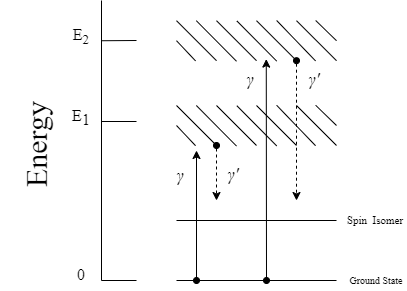
TRAVISZHAN/images keeps this draw.io diagram as draw/1.30.drawio.png. Above is the earlier version. Source tidied: cells renumbered, new cells last; positions are measured from the earlier drawing's top-left corner, leaving out a move shared by most shapes. Source of this version:
```xml
<mxGraphModel>
  <root>
    <mxCell id="0" />
    <mxCell id="1" parent="0" />
    <mxCell id="2" style="rounded=0;orthogonalLoop=1;jettySize=auto;html=1;exitX=0.183;exitY=0.48;exitDx=0;exitDy=0;exitPerimeter=0;endArrow=none;endFill=0;strokeWidth=1;" parent="1" edge="1">
      <mxGeometry relative="1" as="geometry">
        <mxPoint x="155.2" y="40.2" as="sourcePoint" />
        <mxPoint x="190" y="40" as="targetPoint" />
      </mxGeometry>
    </mxCell>
    <mxCell id="3" style="line;strokeWidth=1;direction=south;html=1;" parent="1" vertex="1">
      <mxGeometry x="150" width="10" height="280" as="geometry" />
    </mxCell>
    <mxCell id="4" style="rounded=0;orthogonalLoop=1;jettySize=auto;html=1;exitX=0.183;exitY=0.48;exitDx=0;exitDy=0;exitPerimeter=0;endArrow=none;endFill=0;strokeWidth=1;" parent="1" edge="1">
      <mxGeometry relative="1" as="geometry">
        <mxPoint x="155" y="121" as="sourcePoint" />
        <mxPoint x="190" y="121" as="targetPoint" />
      </mxGeometry>
    </mxCell>
    <mxCell id="5" style="rounded=0;orthogonalLoop=1;jettySize=auto;html=1;exitX=0.183;exitY=0.48;exitDx=0;exitDy=0;exitPerimeter=0;endArrow=none;endFill=0;strokeWidth=1;" parent="1" edge="1">
      <mxGeometry relative="1" as="geometry">
        <mxPoint x="155" y="280" as="sourcePoint" />
        <mxPoint x="190" y="280" as="targetPoint" />
      </mxGeometry>
    </mxCell>
    <mxCell id="6" value="Energy" style="text;strokeColor=none;align=center;fillColor=none;html=1;verticalAlign=middle;whiteSpace=wrap;rounded=0;rotation=-90;fontSize=30;fontStyle=0;fontFamily=Times New Roman;" parent="1" vertex="1">
      <mxGeometry x="-0.5" y="108.5" width="180" height="72" as="geometry" />
    </mxCell>
    <mxCell id="7" style="edgeStyle=orthogonalEdgeStyle;rounded=0;jettySize=auto;html=1;exitX=0.25;exitY=1;exitDx=0;exitDy=0;startArrow=oval;startFill=1;dashed=1;" parent="1" edge="1" source="8">
      <mxGeometry relative="1" as="geometry">
        <mxPoint x="270" y="200" as="targetPoint" />
      </mxGeometry>
    </mxCell>
    <mxCell id="8" style="rounded=0;whiteSpace=wrap;html=1;labelBorderColor=#FFFFFF;strokeColor=none;fillColor=none;" parent="1" vertex="1">
      <mxGeometry x="230" y="105" width="160" height="40" as="geometry" />
    </mxCell>
    <mxCell id="9" style="endArrow=none;html=1;rounded=0;entryX=0;entryY=0;entryDx=0;entryDy=0;exitX=0.25;exitY=1;exitDx=0;exitDy=0;" parent="1" edge="1" source="8" target="8">
      <mxGeometry relative="1" as="geometry" />
    </mxCell>
    <mxCell id="10" style="endArrow=none;html=1;rounded=0;entryX=0;entryY=0.5;entryDx=0;entryDy=0;exitX=0.119;exitY=1.005;exitDx=0;exitDy=0;exitPerimeter=0;" parent="1" edge="1" source="8" target="8">
      <mxGeometry relative="1" as="geometry" />
    </mxCell>
    <mxCell id="11" style="endArrow=none;html=1;rounded=0;entryX=0.124;entryY=0;entryDx=0;entryDy=0;exitX=0.375;exitY=1.014;exitDx=0;exitDy=0;entryPerimeter=0;exitPerimeter=0;" parent="1" edge="1" source="8" target="8">
      <mxGeometry relative="1" as="geometry" />
    </mxCell>
    <mxCell id="12" style="endArrow=none;html=1;rounded=0;exitX=0.5;exitY=1;exitDx=0;exitDy=0;entryX=0.25;entryY=0;entryDx=0;entryDy=0;" parent="1" edge="1" source="8" target="8">
      <mxGeometry relative="1" as="geometry" />
    </mxCell>
    <mxCell id="13" style="endArrow=none;html=1;rounded=0;entryX=0.377;entryY=0.005;entryDx=0;entryDy=0;exitX=0.626;exitY=1.009;exitDx=0;exitDy=0;exitPerimeter=0;entryPerimeter=0;" parent="1" edge="1" source="8" target="8">
      <mxGeometry relative="1" as="geometry" />
    </mxCell>
    <mxCell id="14" style="endArrow=none;html=1;rounded=0;entryX=0.5;entryY=0;entryDx=0;entryDy=0;exitX=0.75;exitY=1;exitDx=0;exitDy=0;" parent="1" edge="1" source="8" target="8">
      <mxGeometry relative="1" as="geometry" />
    </mxCell>
    <mxCell id="15" style="endArrow=none;html=1;rounded=0;entryX=0.626;entryY=-0.005;entryDx=0;entryDy=0;entryPerimeter=0;exitX=0.869;exitY=1.005;exitDx=0;exitDy=0;exitPerimeter=0;" parent="1" edge="1" source="8" target="8">
      <mxGeometry relative="1" as="geometry" />
    </mxCell>
    <mxCell id="16" style="endArrow=none;html=1;rounded=0;entryX=0.75;entryY=0;entryDx=0;entryDy=0;exitX=1;exitY=1;exitDx=0;exitDy=0;" parent="1" edge="1" source="8" target="8">
      <mxGeometry relative="1" as="geometry" />
    </mxCell>
    <mxCell id="17" style="endArrow=none;html=1;rounded=0;entryX=0.87;entryY=-0.005;entryDx=0;entryDy=0;entryPerimeter=0;exitX=1;exitY=0.5;exitDx=0;exitDy=0;" parent="1" edge="1" source="8" target="8">
      <mxGeometry relative="1" as="geometry" />
    </mxCell>
    <mxCell id="18" style="edgeStyle=orthogonalEdgeStyle;rounded=0;jettySize=auto;html=1;exitX=0.75;exitY=1;exitDx=0;exitDy=0;startArrow=oval;startFill=1;dashed=1;" parent="1" edge="1" source="19">
      <mxGeometry relative="1" as="geometry">
        <mxPoint x="350" y="200" as="targetPoint" />
      </mxGeometry>
    </mxCell>
    <mxCell id="19" style="rounded=0;whiteSpace=wrap;html=1;labelBorderColor=#FFFFFF;strokeColor=none;fillColor=none;" parent="1" vertex="1">
      <mxGeometry x="230" y="20.2" width="160" height="40" as="geometry" />
    </mxCell>
    <mxCell id="20" style="endArrow=none;html=1;rounded=0;entryX=0;entryY=0;entryDx=0;entryDy=0;exitX=0.25;exitY=1;exitDx=0;exitDy=0;" parent="1" edge="1" source="19" target="19">
      <mxGeometry relative="1" as="geometry" />
    </mxCell>
    <mxCell id="21" style="endArrow=none;html=1;rounded=0;entryX=0;entryY=0.5;entryDx=0;entryDy=0;exitX=0.119;exitY=1.005;exitDx=0;exitDy=0;exitPerimeter=0;" parent="1" edge="1" source="19" target="19">
      <mxGeometry relative="1" as="geometry" />
    </mxCell>
    <mxCell id="22" style="endArrow=none;html=1;rounded=0;entryX=0.124;entryY=0;entryDx=0;entryDy=0;exitX=0.375;exitY=1.014;exitDx=0;exitDy=0;entryPerimeter=0;exitPerimeter=0;" parent="1" edge="1" source="19" target="19">
      <mxGeometry relative="1" as="geometry" />
    </mxCell>
    <mxCell id="23" style="endArrow=none;html=1;rounded=0;exitX=0.5;exitY=1;exitDx=0;exitDy=0;entryX=0.25;entryY=0;entryDx=0;entryDy=0;" parent="1" edge="1" source="19" target="19">
      <mxGeometry relative="1" as="geometry" />
    </mxCell>
    <mxCell id="24" style="endArrow=none;html=1;rounded=0;entryX=0.377;entryY=0.005;entryDx=0;entryDy=0;exitX=0.626;exitY=1.009;exitDx=0;exitDy=0;exitPerimeter=0;entryPerimeter=0;" parent="1" edge="1" source="19" target="19">
      <mxGeometry relative="1" as="geometry" />
    </mxCell>
    <mxCell id="25" style="endArrow=none;html=1;rounded=0;entryX=0.5;entryY=0;entryDx=0;entryDy=0;exitX=0.75;exitY=1;exitDx=0;exitDy=0;" parent="1" edge="1" source="19" target="19">
      <mxGeometry relative="1" as="geometry" />
    </mxCell>
    <mxCell id="26" style="endArrow=none;html=1;rounded=0;entryX=0.626;entryY=-0.005;entryDx=0;entryDy=0;entryPerimeter=0;exitX=0.869;exitY=1.005;exitDx=0;exitDy=0;exitPerimeter=0;" parent="1" edge="1" source="19" target="19">
      <mxGeometry relative="1" as="geometry" />
    </mxCell>
    <mxCell id="27" style="endArrow=none;html=1;rounded=0;entryX=0.75;entryY=0;entryDx=0;entryDy=0;exitX=1;exitY=1;exitDx=0;exitDy=0;" parent="1" edge="1" source="19" target="19">
      <mxGeometry relative="1" as="geometry" />
    </mxCell>
    <mxCell id="28" style="endArrow=none;html=1;rounded=0;entryX=0.87;entryY=-0.005;entryDx=0;entryDy=0;entryPerimeter=0;exitX=1;exitY=0.5;exitDx=0;exitDy=0;" parent="1" edge="1" source="19" target="19">
      <mxGeometry relative="1" as="geometry" />
    </mxCell>
    <mxCell id="29" value="E&lt;sub style=&quot;font-size: 16px;&quot;&gt;1&lt;/sub&gt;" style="text;html=1;strokeColor=none;fillColor=none;align=center;verticalAlign=middle;whiteSpace=wrap;rounded=0;fontFamily=Times New Roman;fontSize=16;" parent="1" vertex="1">
      <mxGeometry x="120" y="102" width="30" height="29" as="geometry" />
    </mxCell>
    <mxCell id="30" value="E&lt;sub&gt;2&lt;/sub&gt;" style="text;html=1;strokeColor=none;fillColor=none;align=center;verticalAlign=middle;whiteSpace=wrap;rounded=0;fontFamily=Times New Roman;fontSize=16;" parent="1" vertex="1">
      <mxGeometry x="120" y="21.7" width="30" height="29" as="geometry" />
    </mxCell>
    <mxCell id="31" style="endArrow=none;html=1;rounded=0;" parent="1" edge="1">
      <mxGeometry relative="1" as="geometry">
        <mxPoint x="230" y="280" as="sourcePoint" />
        <mxPoint x="390" y="280" as="targetPoint" />
      </mxGeometry>
    </mxCell>
    <mxCell id="32" style="endArrow=none;html=1;rounded=0;" parent="1" edge="1">
      <mxGeometry relative="1" as="geometry">
        <mxPoint x="230" y="220" as="sourcePoint" />
        <mxPoint x="390" y="220" as="targetPoint" />
      </mxGeometry>
    </mxCell>
    <mxCell id="33" style="endArrow=classic;html=1;rounded=0;sourcePerimeterSpacing=0;targetPerimeterSpacing=0;startSize=6;startArrow=oval;startFill=1;" parent="1" edge="1">
      <mxGeometry relative="1" as="geometry">
        <mxPoint x="250" y="280" as="sourcePoint" />
        <mxPoint x="250" y="150" as="targetPoint" />
      </mxGeometry>
    </mxCell>
    <mxCell id="34" style="endArrow=classic;html=1;rounded=0;sourcePerimeterSpacing=0;targetPerimeterSpacing=0;startSize=6;startArrow=oval;startFill=1;entryX=0.561;entryY=0.96;entryDx=0;entryDy=0;entryPerimeter=0;" parent="1" edge="1" target="19">
      <mxGeometry relative="1" as="geometry">
        <mxPoint x="320" y="280" as="sourcePoint" />
      </mxGeometry>
    </mxCell>
    <mxCell id="35" value="Ground State" style="text;html=1;strokeColor=none;fillColor=none;align=center;verticalAlign=middle;whiteSpace=wrap;rounded=0;fontSize=10;fontFamily=Times New Roman;" parent="1" vertex="1">
      <mxGeometry x="400" y="270" width="60" height="20" as="geometry" />
    </mxCell>
    <mxCell id="36" value="0" style="text;html=1;strokeColor=none;fillColor=none;align=center;verticalAlign=middle;whiteSpace=wrap;rounded=0;fontFamily=Times New Roman;fontSize=16;" parent="1" vertex="1">
      <mxGeometry x="120" y="259" width="30" height="29" as="geometry" />
    </mxCell>
    <mxCell id="37" value="Spin&amp;nbsp; Isomer" style="text;html=1;strokeColor=none;fillColor=none;align=center;verticalAlign=middle;whiteSpace=wrap;rounded=0;fontSize=11;fontFamily=Times New Roman;" parent="1" vertex="1">
      <mxGeometry x="398" y="210" width="62" height="20" as="geometry" />
    </mxCell>
    <mxCell id="38" value="&lt;i style=&quot;font-size: 18px;&quot;&gt;γ&lt;/i&gt;" style="text;html=1;strokeColor=none;fillColor=none;align=center;verticalAlign=middle;whiteSpace=wrap;rounded=0;fontFamily=Times New Roman;fontSize=18;" parent="1" vertex="1">
      <mxGeometry x="224" y="161" width="20" height="28" as="geometry" />
    </mxCell>
    <mxCell id="39" value="&lt;i style=&quot;font-size: 18px;&quot;&gt;γ&lt;/i&gt;" style="text;html=1;strokeColor=none;fillColor=none;align=center;verticalAlign=middle;whiteSpace=wrap;rounded=0;fontFamily=Times New Roman;fontSize=18;" parent="1" vertex="1">
      <mxGeometry x="294" y="65.2" width="20" height="28" as="geometry" />
    </mxCell>
    <mxCell id="40" value="&lt;i style=&quot;font-size: 18px;&quot;&gt;γ'&lt;/i&gt;" style="text;html=1;strokeColor=none;fillColor=none;align=center;verticalAlign=middle;whiteSpace=wrap;rounded=0;fontFamily=Times New Roman;fontSize=18;" parent="1" vertex="1">
      <mxGeometry x="277" y="160" width="20" height="28" as="geometry" />
    </mxCell>
    <mxCell id="41" value="&lt;i style=&quot;font-size: 18px;&quot;&gt;γ'&lt;/i&gt;" style="text;html=1;strokeColor=none;fillColor=none;align=center;verticalAlign=middle;whiteSpace=wrap;rounded=0;fontFamily=Times New Roman;fontSize=18;" parent="1" vertex="1">
      <mxGeometry x="358" y="65.2" width="20" height="28" as="geometry" />
    </mxCell>
  </root>
</mxGraphModel>
```
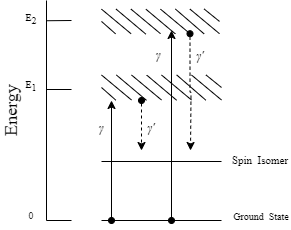
After the change.

What changed in the source:
```diff
@@ -4,35 +4,36 @@
     <mxCell id="1" parent="0" />
     <mxCell id="2" style="rounded=0;orthogonalLoop=1;jettySize=auto;html=1;exitX=0.183;exitY=0.48;exitDx=0;exitDy=0;exitPerimeter=0;endArrow=none;endFill=0;strokeWidth=1;" parent="1" edge="1">
       <mxGeometry relative="1" as="geometry">
-        <mxPoint x="155.2" y="40.2" as="sourcePoint" />
-        <mxPoint x="190" y="40" as="targetPoint" />
+        <mxPoint x="155" y="80.2" as="sourcePoint" />
+        <mxPoint x="180" y="80" as="targetPoint" />
       </mxGeometry>
     </mxCell>
     <mxCell id="3" style="line;strokeWidth=1;direction=south;html=1;" parent="1" vertex="1">
-      <mxGeometry x="150" width="10" height="280" as="geometry" />
+      <mxGeometry x="150" y="60" width="10" height="220" as="geometry" />
     </mxCell>
     <mxCell id="4" style="rounded=0;orthogonalLoop=1;jettySize=auto;html=1;exitX=0.183;exitY=0.48;exitDx=0;exitDy=0;exitPerimeter=0;endArrow=none;endFill=0;strokeWidth=1;" parent="1" edge="1">
       <mxGeometry relative="1" as="geometry">
-        <mxPoint x="155" y="121" as="sourcePoint" />
-        <mxPoint x="190" y="121" as="targetPoint" />
+        <mxPoint x="155" y="149" as="sourcePoint" />
+        <mxPoint x="180" y="149" as="targetPoint" />
       </mxGeometry>
     </mxCell>
     <mxCell id="5" style="rounded=0;orthogonalLoop=1;jettySize=auto;html=1;exitX=0.183;exitY=0.48;exitDx=0;exitDy=0;exitPerimeter=0;endArrow=none;endFill=0;strokeWidth=1;" parent="1" edge="1">
       <mxGeometry relative="1" as="geometry">
         <mxPoint x="155" y="280" as="sourcePoint" />
-        <mxPoint x="190" y="280" as="targetPoint" />
+        <mxPoint x="180" y="280" as="targetPoint" />
       </mxGeometry>
     </mxCell>
-    <mxCell id="6" value="Energy" style="text;strokeColor=none;align=center;fillColor=none;html=1;verticalAlign=middle;whiteSpace=wrap;rounded=0;rotation=-90;fontSize=30;fontStyle=0;fontFamily=Times New Roman;" parent="1" vertex="1">
-      <mxGeometry x="-0.5" y="108.5" width="180" height="72" as="geometry" />
+    <mxCell id="6" value="Energy" style="text;strokeColor=none;align=center;fillColor=none;html=1;verticalAlign=middle;whiteSpace=wrap;rounded=0;rotation=-90;fontSize=18;fontStyle=0;fontFamily=Times New Roman;" parent="1" vertex="1">
+      <mxGeometry x="80" y="159.8" width="80" height="20.5" as="geometry" />
     </mxCell>
-    <mxCell id="7" style="edgeStyle=orthogonalEdgeStyle;rounded=0;jettySize=auto;html=1;exitX=0.25;exitY=1;exitDx=0;exitDy=0;startArrow=oval;startFill=1;dashed=1;" parent="1" edge="1" source="8">
+    <mxCell id="7" style="edgeStyle=orthogonalEdgeStyle;rounded=0;orthogonalLoop=1;jettySize=auto;html=1;startArrow=oval;startFill=1;dashed=1;" parent="1" edge="1">
       <mxGeometry relative="1" as="geometry">
-        <mxPoint x="270" y="200" as="targetPoint" />
+        <mxPoint x="250" y="160" as="sourcePoint" />
+        <mxPoint x="250" y="210" as="targetPoint" />
       </mxGeometry>
     </mxCell>
     <mxCell id="8" style="rounded=0;whiteSpace=wrap;html=1;labelBorderColor=#FFFFFF;strokeColor=none;fillColor=none;" parent="1" vertex="1">
-      <mxGeometry x="230" y="105" width="160" height="40" as="geometry" />
+      <mxGeometry x="210" y="134.5" width="120" height="25" as="geometry" />
     </mxCell>
     <mxCell id="9" style="endArrow=none;html=1;rounded=0;entryX=0;entryY=0;entryDx=0;entryDy=0;exitX=0.25;exitY=1;exitDx=0;exitDy=0;" parent="1" edge="1" source="8" target="8">
       <mxGeometry relative="1" as="geometry" />
@@ -63,11 +64,11 @@
     </mxCell>
     <mxCell id="18" style="edgeStyle=orthogonalEdgeStyle;rounded=0;jettySize=auto;html=1;exitX=0.75;exitY=1;exitDx=0;exitDy=0;startArrow=oval;startFill=1;dashed=1;" parent="1" edge="1" source="19">
       <mxGeometry relative="1" as="geometry">
-        <mxPoint x="350" y="200" as="targetPoint" />
+        <mxPoint x="299" y="210" as="targetPoint" />
       </mxGeometry>
     </mxCell>
     <mxCell id="19" style="rounded=0;whiteSpace=wrap;html=1;labelBorderColor=#FFFFFF;strokeColor=none;fillColor=none;" parent="1" vertex="1">
-      <mxGeometry x="230" y="20.2" width="160" height="40" as="geometry" />
+      <mxGeometry x="210" y="68.6" width="118" height="24.6" as="geometry" />
     </mxCell>
     <mxCell id="20" style="endArrow=none;html=1;rounded=0;entryX=0;entryY=0;entryDx=0;entryDy=0;exitX=0.25;exitY=1;exitDx=0;exitDy=0;" parent="1" edge="1" source="19" target="19">
       <mxGeometry relative="1" as="geometry" />
@@ -96,55 +97,56 @@
     <mxCell id="28" style="endArrow=none;html=1;rounded=0;entryX=0.87;entryY=-0.005;entryDx=0;entryDy=0;entryPerimeter=0;exitX=1;exitY=0.5;exitDx=0;exitDy=0;" parent="1" edge="1" source="19" target="19">
       <mxGeometry relative="1" as="geometry" />
     </mxCell>
-    <mxCell id="29" value="E&lt;sub style=&quot;font-size: 16px;&quot;&gt;1&lt;/sub&gt;" style="text;html=1;strokeColor=none;fillColor=none;align=center;verticalAlign=middle;whiteSpace=wrap;rounded=0;fontFamily=Times New Roman;fontSize=16;" parent="1" vertex="1">
-      <mxGeometry x="120" y="102" width="30" height="29" as="geometry" />
+    <mxCell id="29" value="E&lt;sub style=&quot;font-size: 10px;&quot;&gt;1&lt;/sub&gt;" style="text;html=1;strokeColor=none;fillColor=none;align=center;verticalAlign=middle;whiteSpace=wrap;rounded=0;fontFamily=Times New Roman;fontSize=10;" parent="1" vertex="1">
+      <mxGeometry x="130" y="137" width="20" height="18" as="geometry" />
     </mxCell>
-    <mxCell id="30" value="E&lt;sub&gt;2&lt;/sub&gt;" style="text;html=1;strokeColor=none;fillColor=none;align=center;verticalAlign=middle;whiteSpace=wrap;rounded=0;fontFamily=Times New Roman;fontSize=16;" parent="1" vertex="1">
-      <mxGeometry x="120" y="21.7" width="30" height="29" as="geometry" />
+    <mxCell id="30" value="E&lt;sub style=&quot;font-size: 10px;&quot;&gt;2&lt;/sub&gt;" style="text;html=1;strokeColor=none;fillColor=none;align=center;verticalAlign=middle;whiteSpace=wrap;rounded=0;fontFamily=Times New Roman;fontSize=10;" parent="1" vertex="1">
+      <mxGeometry x="130" y="68.9" width="20" height="20.7" as="geometry" />
     </mxCell>
     <mxCell id="31" style="endArrow=none;html=1;rounded=0;" parent="1" edge="1">
       <mxGeometry relative="1" as="geometry">
-        <mxPoint x="230" y="280" as="sourcePoint" />
-        <mxPoint x="390" y="280" as="targetPoint" />
+        <mxPoint x="210" y="280" as="sourcePoint" />
+        <mxPoint x="330" y="280" as="targetPoint" />
       </mxGeometry>
     </mxCell>
     <mxCell id="32" style="endArrow=none;html=1;rounded=0;" parent="1" edge="1">
       <mxGeometry relative="1" as="geometry">
-        <mxPoint x="230" y="220" as="sourcePoint" />
-        <mxPoint x="390" y="220" as="targetPoint" />
+        <mxPoint x="210" y="221" as="sourcePoint" />
+        <mxPoint x="330" y="221" as="targetPoint" />
       </mxGeometry>
     </mxCell>
     <mxCell id="33" style="endArrow=classic;html=1;rounded=0;sourcePerimeterSpacing=0;targetPerimeterSpacing=0;startSize=6;startArrow=oval;startFill=1;" parent="1" edge="1">
       <mxGeometry relative="1" as="geometry">
-        <mxPoint x="250" y="280" as="sourcePoint" />
-        <mxPoint x="250" y="150" as="targetPoint" />
+        <mxPoint x="220" y="280" as="sourcePoint" />
+        <mxPoint x="220" y="160" as="targetPoint" />
       </mxGeometry>
     </mxCell>
-    <mxCell id="34" style="endArrow=classic;html=1;rounded=0;sourcePerimeterSpacing=0;targetPerimeterSpacing=0;startSize=6;startArrow=oval;startFill=1;entryX=0.561;entryY=0.96;entryDx=0;entryDy=0;entryPerimeter=0;" parent="1" edge="1" target="19">
+    <mxCell id="34" style="endArrow=classic;html=1;rounded=0;sourcePerimeterSpacing=0;targetPerimeterSpacing=0;startSize=6;startArrow=oval;startFill=1;" parent="1" edge="1">
       <mxGeometry relative="1" as="geometry">
-        <mxPoint x="320" y="280" as="sourcePoint" />
+        <mxPoint x="280" y="280" as="sourcePoint" />
+        <mxPoint x="280" y="90" as="targetPoint" />
       </mxGeometry>
     </mxCell>
-    <mxCell id="35" value="Ground State" style="text;html=1;strokeColor=none;fillColor=none;align=center;verticalAlign=middle;whiteSpace=wrap;rounded=0;fontSize=10;fontFamily=Times New Roman;" parent="1" vertex="1">
-      <mxGeometry x="400" y="270" width="60" height="20" as="geometry" />
+    <mxCell id="35" value="Ground&amp;nbsp; State" style="text;html=1;strokeColor=none;fillColor=none;align=center;verticalAlign=middle;whiteSpace=wrap;rounded=0;fontSize=10;fontFamily=Times New Roman;" parent="1" vertex="1">
+      <mxGeometry x="340" y="266" width="60" height="20" as="geometry" />
     </mxCell>
-    <mxCell id="36" value="0" style="text;html=1;strokeColor=none;fillColor=none;align=center;verticalAlign=middle;whiteSpace=wrap;rounded=0;fontFamily=Times New Roman;fontSize=16;" parent="1" vertex="1">
-      <mxGeometry x="120" y="259" width="30" height="29" as="geometry" />
+    <mxCell id="36" value="0" style="text;html=1;strokeColor=none;fillColor=none;align=center;verticalAlign=middle;whiteSpace=wrap;rounded=0;fontFamily=Times New Roman;fontSize=10;" parent="1" vertex="1">
+      <mxGeometry x="130" y="266" width="20" height="18" as="geometry" />
     </mxCell>
     <mxCell id="37" value="Spin&amp;nbsp; Isomer" style="text;html=1;strokeColor=none;fillColor=none;align=center;verticalAlign=middle;whiteSpace=wrap;rounded=0;fontSize=11;fontFamily=Times New Roman;" parent="1" vertex="1">
-      <mxGeometry x="398" y="210" width="62" height="20" as="geometry" />
+      <mxGeometry x="338" y="210" width="62" height="20" as="geometry" />
     </mxCell>
-    <mxCell id="38" value="&lt;i style=&quot;font-size: 18px;&quot;&gt;γ&lt;/i&gt;" style="text;html=1;strokeColor=none;fillColor=none;align=center;verticalAlign=middle;whiteSpace=wrap;rounded=0;fontFamily=Times New Roman;fontSize=18;" parent="1" vertex="1">
-      <mxGeometry x="224" y="161" width="20" height="28" as="geometry" />
+    <mxCell id="38" value="&lt;span style=&quot;font-size: 12px;&quot;&gt;γ&lt;/span&gt;" style="text;html=1;strokeColor=none;fillColor=none;align=center;verticalAlign=middle;whiteSpace=wrap;rounded=0;fontFamily=Times New Roman;fontSize=12;fontStyle=2;" parent="1" vertex="1">
+      <mxGeometry x="200" y="179" width="20" height="18" as="geometry" />
     </mxCell>
-    <mxCell id="39" value="&lt;i style=&quot;font-size: 18px;&quot;&gt;γ&lt;/i&gt;" style="text;html=1;strokeColor=none;fillColor=none;align=center;verticalAlign=middle;whiteSpace=wrap;rounded=0;fontFamily=Times New Roman;fontSize=18;" parent="1" vertex="1">
-      <mxGeometry x="294" y="65.2" width="20" height="28" as="geometry" />
+    <mxCell id="39" value="&lt;span style=&quot;font-size: 12px;&quot;&gt;γ&lt;/span&gt;" style="text;html=1;strokeColor=none;fillColor=none;align=center;verticalAlign=middle;whiteSpace=wrap;rounded=0;fontFamily=Times New Roman;fontSize=12;fontStyle=2;" parent="1" vertex="1">
+      <mxGeometry x="258" y="105" width="18" height="20" as="geometry" />
     </mxCell>
-    <mxCell id="40" value="&lt;i style=&quot;font-size: 18px;&quot;&gt;γ'&lt;/i&gt;" style="text;html=1;strokeColor=none;fillColor=none;align=center;verticalAlign=middle;whiteSpace=wrap;rounded=0;fontFamily=Times New Roman;fontSize=18;" parent="1" vertex="1">
-      <mxGeometry x="277" y="160" width="20" height="28" as="geometry" />
+    <mxCell id="40" value="&lt;span style=&quot;font-size: 12px;&quot;&gt;γ'&lt;/span&gt;" style="text;html=1;strokeColor=none;fillColor=none;align=center;verticalAlign=middle;whiteSpace=wrap;rounded=0;fontFamily=Times New Roman;fontSize=12;fontStyle=2;" parent="1" vertex="1">
+      <mxGeometry x="250" y="178" width="20" height="19" as="geometry" />
     </mxCell>
-    <mxCell id="41" value="&lt;i style=&quot;font-size: 18px;&quot;&gt;γ'&lt;/i&gt;" style="text;html=1;strokeColor=none;fillColor=none;align=center;verticalAlign=middle;whiteSpace=wrap;rounded=0;fontFamily=Times New Roman;fontSize=18;" parent="1" vertex="1">
-      <mxGeometry x="358" y="65.2" width="20" height="28" as="geometry" />
+    <mxCell id="41" value="&lt;span style=&quot;font-size: 12px;&quot;&gt;γ'&lt;/span&gt;" style="text;html=1;strokeColor=none;fillColor=none;align=center;verticalAlign=middle;whiteSpace=wrap;rounded=0;fontFamily=Times New Roman;fontSize=12;fontStyle=2;" parent="1" vertex="1">
+      <mxGeometry x="299" y="106" width="20" height="20" as="geometry" />
     </mxCell>
   </root>
 </mxGraphModel>
```
